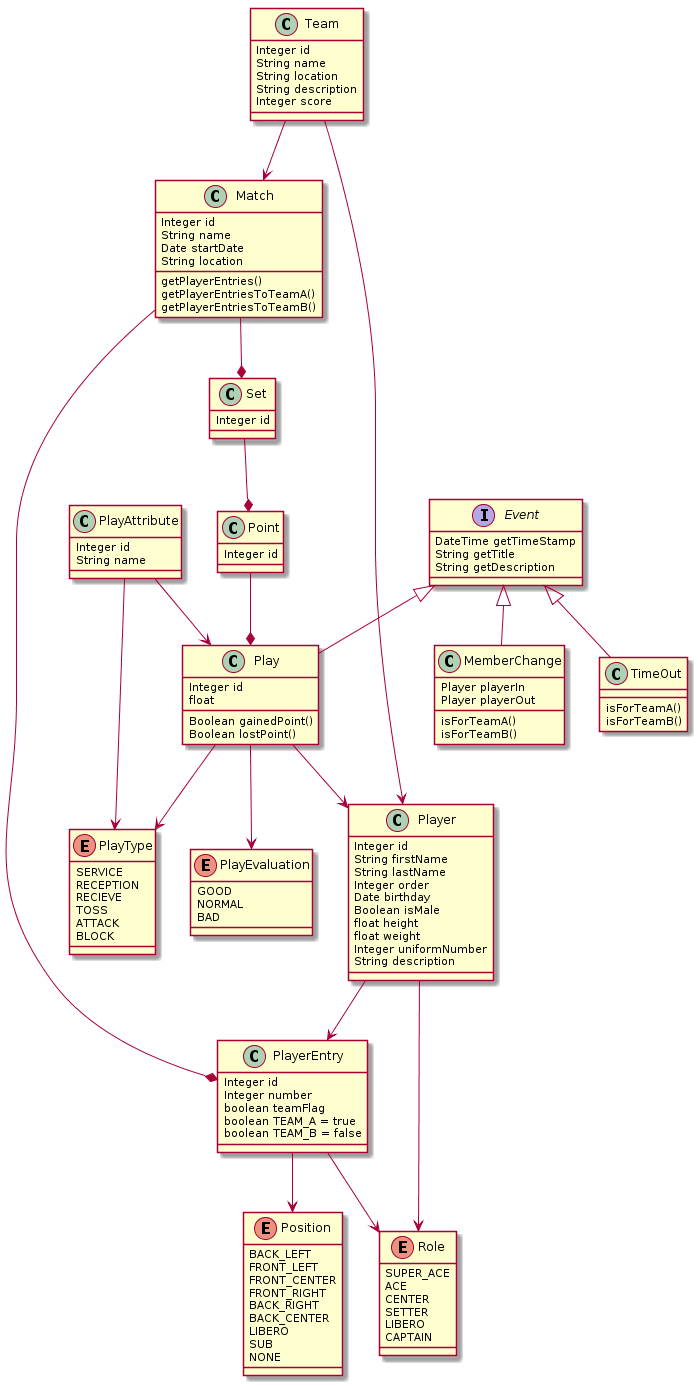
Before: documents/classes.png, a diagram exported from PlantUML (uskysd/SmartVolley).
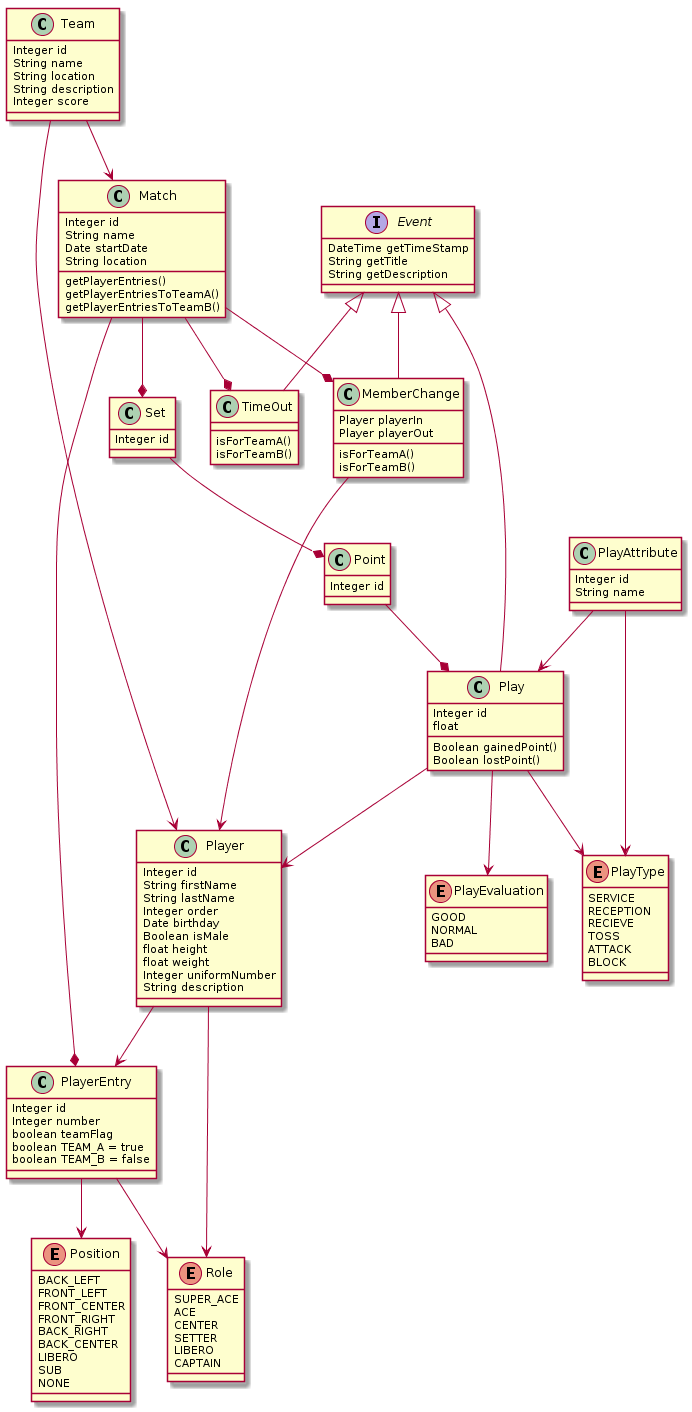
Above is the later version.

What changed in the source:
```diff
@@ -8,6 +8,8 @@
 PlayerEntry --> Position
 Match --* PlayerEntry
 Match --* Set
+Match --* MemberChange
+Match --* TimeOut
 Set --* Point
 Point --* Play
 Play --> Player
@@ -15,6 +17,7 @@
 Play --> PlayEvaluation
 PlayAttribute --> PlayType
 PlayAttribute --> Play
+MemberChange-->Player
 
 
 Event <|-- MemberChange
```
